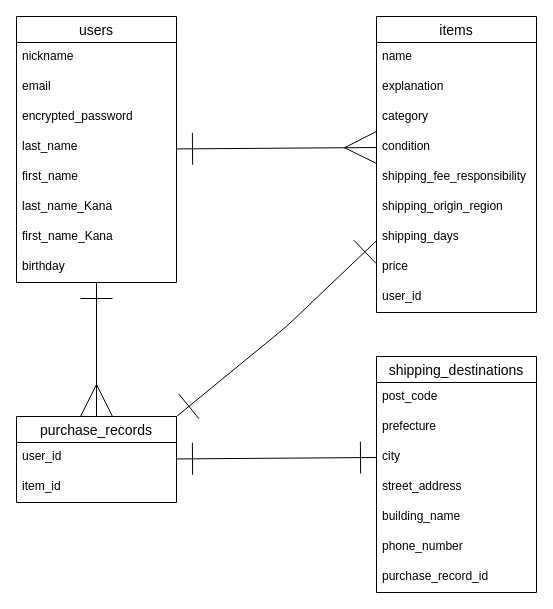
Above: test.dio in kh00x10a/furima-39339 (draw.io), before the change. Source tidied: cells renumbered, new cells numbered last; positions are measured from the earlier drawing's top-left corner, leaving out a move shared by most shapes. Both pictures are drawn from the tidied source at 100%, with x=0, y=0 at pixel (16, 16).
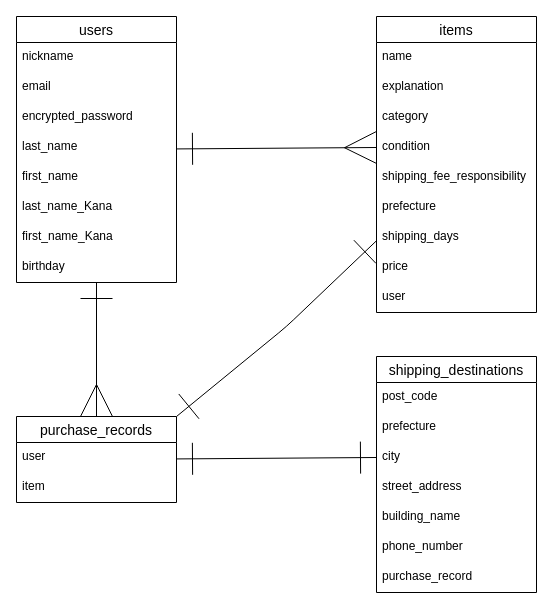
The same page after the edit.

The change refers to these unchanged cells:
```xml
<mxCell id="14" value="items" style="swimlane;fontStyle=0;horizontal=1;startSize=26;align=center;fontSize=14;" parent="1" vertex="1">
  <mxGeometry x="360" width="160" height="296" as="geometry" />
</mxCell>
<mxCell id="25" value="purchase_records" style="swimlane;fontStyle=0;horizontal=1;startSize=26;align=center;fontSize=14;" parent="1" vertex="1">
  <mxGeometry y="400" width="160" height="86" as="geometry" />
</mxCell>
<mxCell id="28" value="shipping_destinations" style="swimlane;fontStyle=0;horizontal=1;startSize=26;align=center;fontSize=14;" parent="1" vertex="1">
  <mxGeometry x="360" y="340" width="160" height="236" as="geometry" />
</mxCell>
```

Change to the diagram source:
```diff
@@
-    <mxCell id="20" value="shipping_origin_region" style="text;strokeColor=none;fillColor=none;spacingLeft=4;spacingRight=4;overflow=hidden;fontSize=12;" parent="14" vertex="1">
+    <mxCell id="20" value="prefecture" style="text;strokeColor=none;fillColor=none;spacingLeft=4;spacingRight=4;overflow=hidden;fontSize=12;" parent="14" vertex="1">
       <mxGeometry y="176" width="160" height="30" as="geometry" />
     </mxCell>
@@
-    <mxCell id="23" value="user_id" style="text;strokeColor=none;fillColor=none;spacingLeft=4;spacingRight=4;overflow=hidden;fontSize=12;" parent="14" vertex="1">
+    <mxCell id="23" value="user" style="text;strokeColor=none;fillColor=none;spacingLeft=4;spacingRight=4;overflow=hidden;fontSize=12;" parent="14" vertex="1">
       <mxGeometry y="266" width="160" height="30" as="geometry" />
     </mxCell>
@@
-    <mxCell id="26" value="user_id" style="text;strokeColor=none;fillColor=none;spacingLeft=4;spacingRight=4;overflow=hidden;fontSize=12;" parent="25" vertex="1">
+    <mxCell id="26" value="user" style="text;strokeColor=none;fillColor=none;spacingLeft=4;spacingRight=4;overflow=hidden;fontSize=12;" parent="25" vertex="1">
       <mxGeometry y="26" width="160" height="30" as="geometry" />
     </mxCell>
-    <mxCell id="27" value="item_id" style="text;strokeColor=none;fillColor=none;spacingLeft=4;spacingRight=4;overflow=hidden;fontSize=12;" parent="25" vertex="1">
+    <mxCell id="27" value="item" style="text;strokeColor=none;fillColor=none;spacingLeft=4;spacingRight=4;overflow=hidden;fontSize=12;" parent="25" vertex="1">
       <mxGeometry y="56" width="160" height="30" as="geometry" />
     </mxCell>
@@
-    <mxCell id="35" value="purchase_record_id" style="text;strokeColor=none;fillColor=none;spacingLeft=4;spacingRight=4;overflow=hidden;fontSize=12;" parent="28" vertex="1">
+    <mxCell id="35" value="purchase_record" style="text;strokeColor=none;fillColor=none;spacingLeft=4;spacingRight=4;overflow=hidden;fontSize=12;" parent="28" vertex="1">
       <mxGeometry y="206" width="160" height="30" as="geometry" />
     </mxCell>
```
